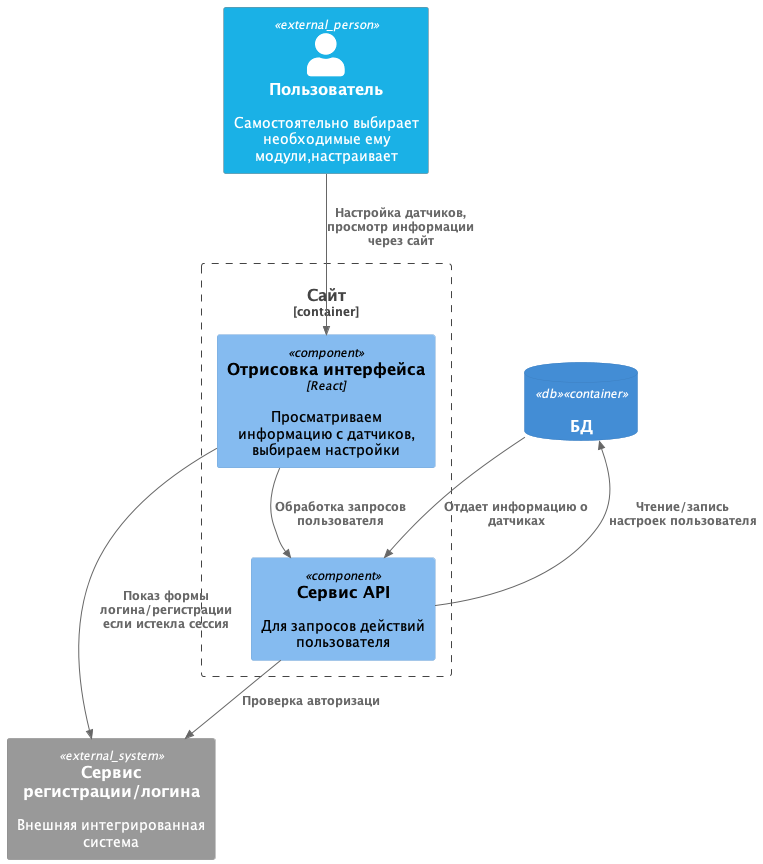
Above: schemas/components_diagram/components_diagram.png in fluffybone/yandex-architecture-warmhouse (PlantUML), before the change. The source it was exported from:
```plantuml
@startuml  components_diagram
!include https://raw.githubusercontent.com/plantuml-stdlib/C4-PlantUML/master/C4_Container.puml
!include https://raw.githubusercontent.com/plantuml-stdlib/C4-PlantUML/master/C4_Component.puml

 !$COLOR_USER = "#1ab1e6 "

 AddContainerTag("db", $sprite="database_server", $legendText="database container")

 Person_Ext(user, "Пользователь", "Cамостоятельно выбирает необходимые ему модули,настраивает")
 UpdateElementStyle("external_person", $bgColor=$COLOR_USER)
 UpdateElementStyle("container_boundary", $bgColor=$COLOR_CONTAINER)


  ContainerDb(db, "БД", $tags="db")




  Container_Boundary(web_app, "Сайт") {

    Component(app, "Отрисовка интерфейса", $descr="Просматриваем информацию с датчиков, выбираем настройки", 'React')

    Component(web_api, "Cервис API", $descr="Для запросов действий пользователя")

    }

   System_Ext(login_system, "Сервис регистрации/логина","Внешняя интегрированная система")









  Rel(user, app, "Настройка датчиков, просмотр информации через сайт")
  Rel(app, web_api, "Обработка запросов пользователя")
  Rel(app, login_system, "Показ формы логина/регистрации если истекла сессия")

  Rel(web_api, login_system, "Проверка авторизаци")
  Rel(web_api, db, "Чтение/запись настроек пользователя")

  Rel(db, web_api, "Отдает информацию о датчиках")



@enduml
```
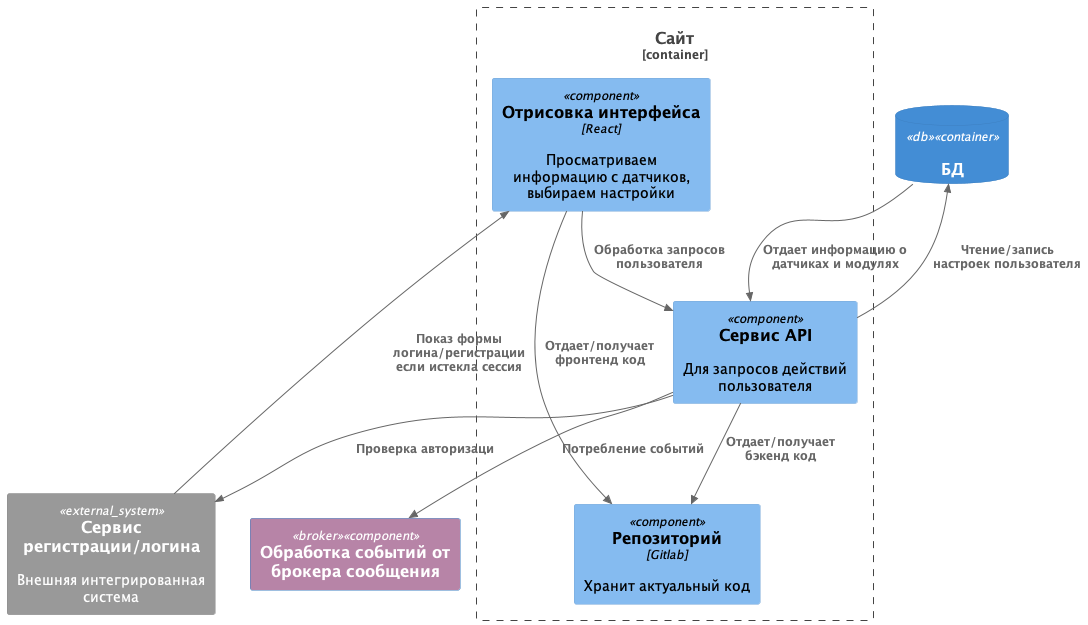
Above is the later version.

Commit message:
warmhouse: fixed diagram

What changed in the source:
```diff
@@ -5,8 +5,8 @@
  !$COLOR_USER = "#1ab1e6 "
 
  AddContainerTag("db", $sprite="database_server", $legendText="database container")
+ AddContainerTag("broker", $bgColor="#B784A7", $fontColor="white", $legendText="Брокер сообщений")
 
- Person_Ext(user, "Пользователь", "Cамостоятельно выбирает необходимые ему модули,настраивает")
  UpdateElementStyle("external_person", $bgColor=$COLOR_USER)
  UpdateElementStyle("container_boundary", $bgColor=$COLOR_CONTAINER)
 
@@ -17,14 +17,15 @@
 
 
   Container_Boundary(web_app, "Сайт") {
+    Component(app, "Отрисовка интерфейса", $descr="Просматриваем информацию с датчиков, выбираем настройки", 'React')
+    Component(web_api, "Cервис API", $descr="Для запросов действий пользователя")
+    Component(repository, "Репозиторий", $descr="Хранит актуальный код", 'Gitlab')
 
-    Component(app, "Отрисовка интерфейса", $descr="Просматриваем информацию с датчиков, выбираем настройки", 'React')
-
-    Component(web_api, "Cервис API", $descr="Для запросов действий пользователя")
 
     }
 
    System_Ext(login_system, "Сервис регистрации/логина","Внешняя интегрированная система")
+   Component(api_handler, "Обработка событий от брокера сообщения", $tags="broker")
 
 
 
@@ -34,14 +35,14 @@
 
 
 
-  Rel(user, app, "Настройка датчиков, просмотр информации через сайт")
   Rel(app, web_api, "Обработка запросов пользователя")
-  Rel(app, login_system, "Показ формы логина/регистрации если истекла сессия")
-
+  Rel(app, repository, "Отдает/получает фронтенд код")
+  Rel(web_api, repository, "Отдает/получает бэкенд код")
+  Rel(login_system, app, "Показ формы логина/регистрации если истекла сессия")
   Rel(web_api, login_system, "Проверка авторизаци")
   Rel(web_api, db, "Чтение/запись настроек пользователя")
-
-  Rel(db, web_api, "Отдает информацию о датчиках")
+  Rel(web_api, api_handler, "Потребление событий")
+  Rel(db, web_api, "Отдает информацию о датчиках и модулях")
 
 
 
```
